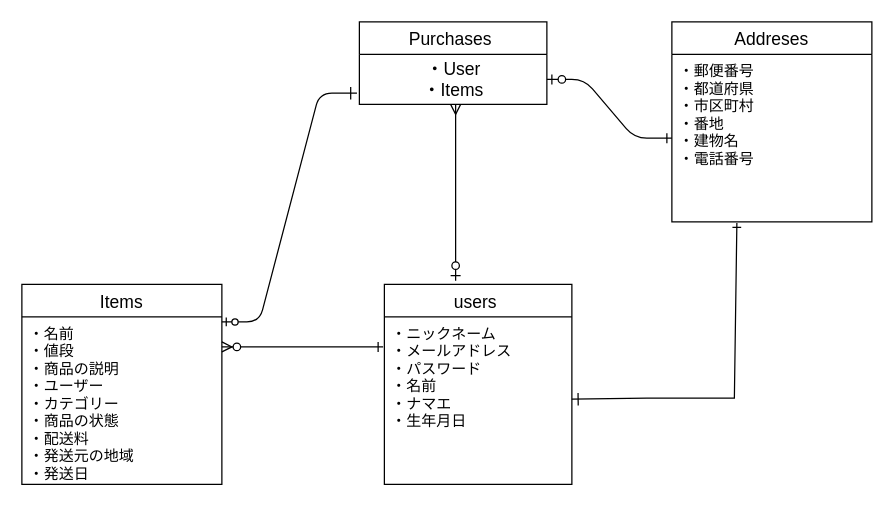
The draw.io diagram readme.dio in mera-tho/furima-28613, before the edit. Source tidied: cells renumbered, new cells numbered last; positions are measured from the earlier drawing's top-left corner, leaving out a move shared by most shapes. Both pictures are drawn from the tidied source at 125%, with x=0, y=0 at pixel (21, 21).
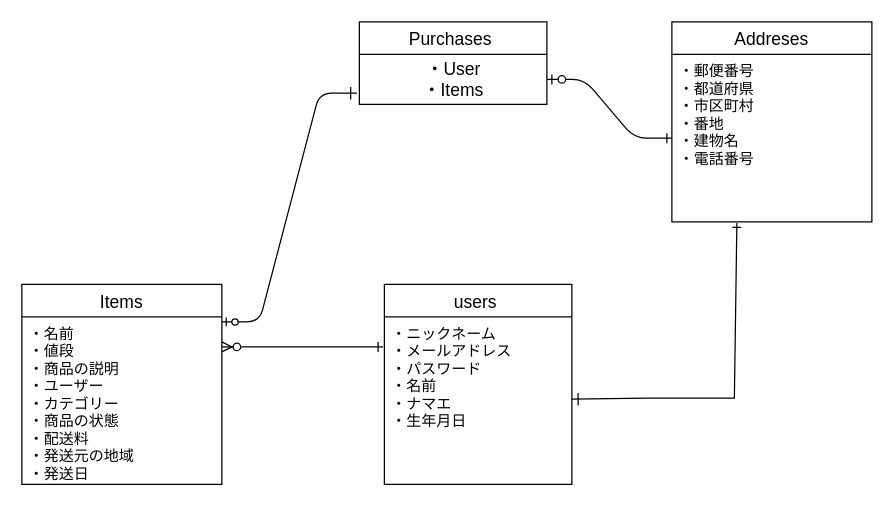
Above is the later version.

Commit message (it also covers changes not shown here):
readme再再再々修正

Diff of the diagram source:
```diff
@@
-    <mxCell id="15" style="endArrow=ERzeroToOne;html=1;rounded=0;fontSize=14;startArrow=ERmany;startFill=0;endFill=1;sourcePerimeterSpacing=7;" parent="1" edge="1">
-      <mxGeometry relative="1" as="geometry">
-        <mxPoint x="347" y="66" as="sourcePoint" />
-        <mxPoint x="347" y="207" as="targetPoint" />
-      </mxGeometry>
-    </mxCell>
```
